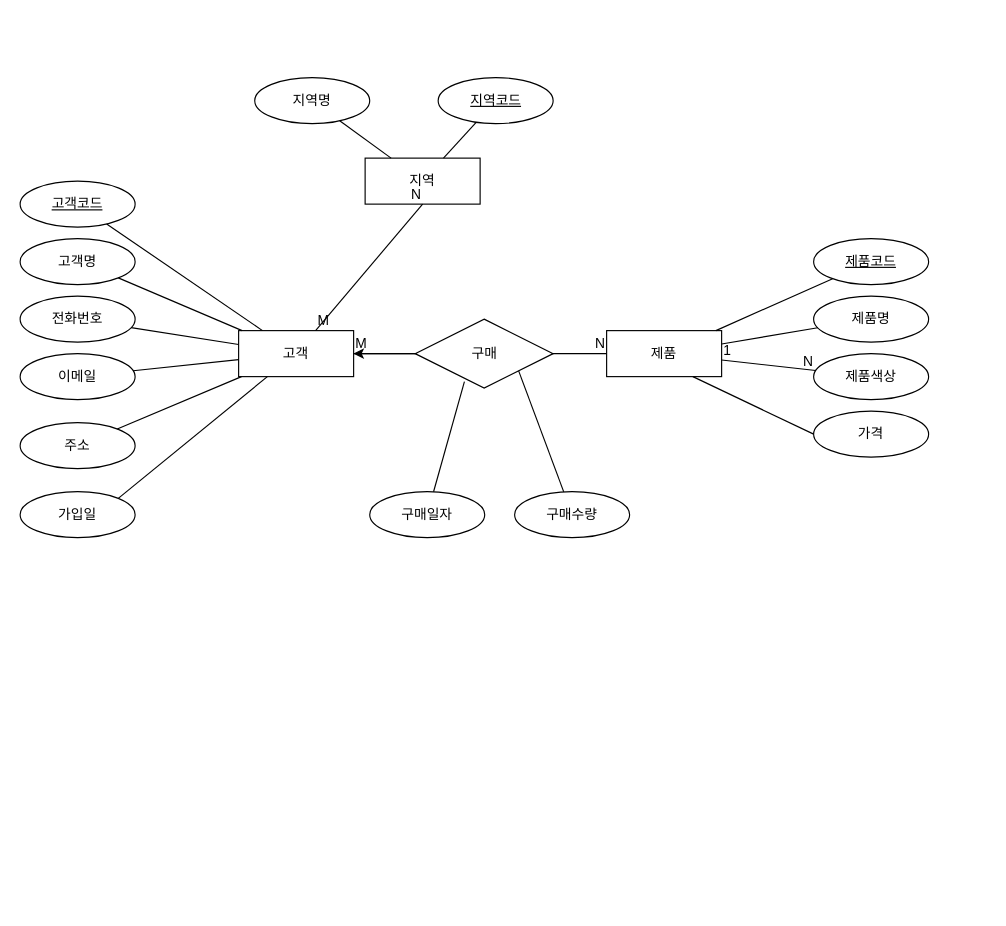
swjjman/oraclesource keeps this draw.io diagram as page "페이지-1" (1 of 2) of 온라인상거래.drawio. Above is the earlier version. Source tidied: cells renumbered, new cells numbered last; positions are measured from the earlier drawing's top-left corner, leaving out a move shared by most shapes. Both pictures are drawn from the tidied source at 115%, with x=0, y=0 at pixel (20, 77).
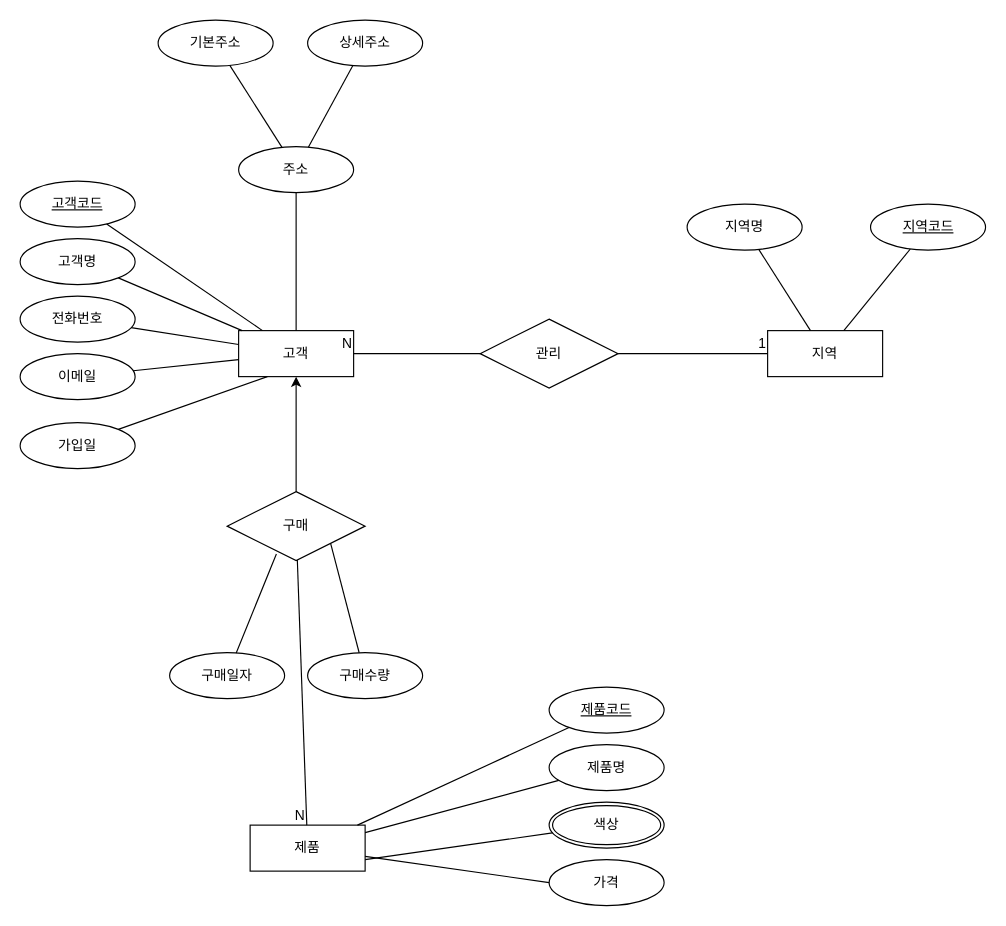
Above is the later version.

Commit message:
온라인상거래.drawio 업데이트

Unchanged cells that the change refers to:
```xml
<mxCell id="2" value="고객" style="whiteSpace=wrap;html=1;align=center;" parent="1" vertex="1">
  <mxGeometry x="190" y="220" width="100" height="40" as="geometry" />
</mxCell>
```

Change to the diagram source:
```diff
@@
     <mxCell id="3" value="제품" style="whiteSpace=wrap;html=1;align=center;" parent="1" vertex="1">
-      <mxGeometry x="510" y="220" width="100" height="40" as="geometry" />
+      <mxGeometry x="200" y="650" width="100" height="40" as="geometry" />
     </mxCell>
@@
     <mxCell id="7" value="주소" style="ellipse;whiteSpace=wrap;html=1;align=center;" parent="1" vertex="1">
-      <mxGeometry y="300" width="100" height="40" as="geometry" />
+      <mxGeometry x="190" y="60" width="100" height="40" as="geometry" />
     </mxCell>
@@
     <mxCell id="9" value="가입일" style="ellipse;whiteSpace=wrap;html=1;align=center;" parent="1" vertex="1">
-      <mxGeometry y="360" width="100" height="40" as="geometry" />
+      <mxGeometry y="300" width="100" height="40" as="geometry" />
     </mxCell>
     <mxCell id="10" value="가격" style="ellipse;whiteSpace=wrap;html=1;align=center;" parent="1" vertex="1">
-      <mxGeometry x="690" y="290" width="100" height="40" as="geometry" />
+      <mxGeometry x="460" y="680" width="100" height="40" as="geometry" />
     </mxCell>
-    <mxCell id="11" value="제품색상" style="ellipse;whiteSpace=wrap;html=1;align=center;" parent="1" vertex="1">
-      <mxGeometry x="690" y="240" width="100" height="40" as="geometry" />
-    </mxCell>
     <mxCell id="12" value="제품명" style="ellipse;whiteSpace=wrap;html=1;align=center;" parent="1" vertex="1">
-      <mxGeometry x="690" y="190" width="100" height="40" as="geometry" />
+      <mxGeometry x="460" y="580" width="100" height="40" as="geometry" />
     </mxCell>
     <mxCell id="13" value="제품코드" style="ellipse;whiteSpace=wrap;html=1;align=center;fontStyle=4;" parent="1" vertex="1">
-      <mxGeometry x="690" y="140" width="100" height="40" as="geometry" />
+      <mxGeometry x="460" y="530" width="100" height="40" as="geometry" />
     </mxCell>
     <mxCell id="14" value="구매수량" style="ellipse;whiteSpace=wrap;html=1;align=center;" parent="1" vertex="1">
-      <mxGeometry x="430" y="360" width="100" height="40" as="geometry" />
+      <mxGeometry x="250" y="500" width="100" height="40" as="geometry" />
     </mxCell>
     <mxCell id="15" value="구매일자" style="ellipse;whiteSpace=wrap;html=1;align=center;" parent="1" vertex="1">
-      <mxGeometry x="304" y="360" width="100" height="40" as="geometry" />
+      <mxGeometry x="130" y="500" width="100" height="40" as="geometry" />
     </mxCell>
     <mxCell id="16" value="지역명" style="ellipse;whiteSpace=wrap;html=1;align=center;" parent="1" vertex="1">
-      <mxGeometry x="204" width="100" height="40" as="geometry" />
+      <mxGeometry x="580" y="110" width="100" height="40" as="geometry" />
     </mxCell>
     <mxCell id="17" value="지역" style="whiteSpace=wrap;html=1;align=center;" parent="1" vertex="1">
-      <mxGeometry x="300" y="70" width="100" height="40" as="geometry" />
+      <mxGeometry x="650" y="220" width="100" height="40" as="geometry" />
     </mxCell>
-    <mxCell id="18" style="endArrow=none;html=1;rounded=0;exitX=1;exitY=0.5;exitDx=0;exitDy=0;" parent="1" edge="1" source="2" target="3">
+    <mxCell id="18" style="endArrow=none;html=1;rounded=0;" parent="1" edge="1" source="22" target="3">
       <mxGeometry relative="1" as="geometry" />
     </mxCell>
-    <mxCell id="19" value="M" style="html=1;whiteSpace=wrap;align=left;verticalAlign=bottom;" parent="18" vertex="1">
-      <mxGeometry x="-1" relative="1" as="geometry" />
-    </mxCell>
@@
-    <mxCell id="22" value="구매" style="shape=rhombus;perimeter=rhombusPerimeter;whiteSpace=wrap;html=1;align=center;" parent="1" vertex="1">
-      <mxGeometry x="343.5" y="210" width="120" height="60" as="geometry" />
-    </mxCell>
-    <mxCell id="23" style="endArrow=none;html=1;rounded=0;" parent="1" edge="1" source="3" target="11">
-      <mxGeometry relative="1" as="geometry" />
-    </mxCell>
-    <mxCell id="24" value="1" style="html=1;whiteSpace=wrap;align=left;verticalAlign=bottom;" parent="23" vertex="1">
-      <mxGeometry x="-1" relative="1" as="geometry" />
-    </mxCell>
-    <mxCell id="25" value="N" style="html=1;whiteSpace=wrap;align=right;verticalAlign=bottom;" parent="23" vertex="1">
-      <mxGeometry x="1" relative="1" as="geometry" />
-    </mxCell>
-    <mxCell id="26" style="endArrow=none;html=1;rounded=0;entryX=0.5;entryY=1;entryDx=0;entryDy=0;" parent="1" edge="1" source="2" target="17">
-      <mxGeometry relative="1" as="geometry" />
-    </mxCell>
-    <mxCell id="27" value="M" style="html=1;whiteSpace=wrap;align=left;verticalAlign=bottom;" parent="26" vertex="1">
-      <mxGeometry x="-1" relative="1" as="geometry" />
-    </mxCell>
-    <mxCell id="28" value="N" style="html=1;whiteSpace=wrap;align=right;verticalAlign=bottom;" parent="26" vertex="1">
-      <mxGeometry x="1" relative="1" as="geometry" />
-    </mxCell>
@@
-    <mxCell id="36" style="endArrow=none;html=1;rounded=0;entryX=0.75;entryY=1;entryDx=0;entryDy=0;exitX=0;exitY=0.5;exitDx=0;exitDy=0;" parent="1" edge="1" source="10" target="3">
+    <mxCell id="36" style="endArrow=none;html=1;rounded=0;exitX=0;exitY=0.5;exitDx=0;exitDy=0;" parent="1" edge="1" source="10" target="3">
       <mxGeometry relative="1" as="geometry" />
     </mxCell>
@@
     <mxCell id="42" value="지역코드" style="ellipse;whiteSpace=wrap;html=1;align=center;fontStyle=4;" parent="1" vertex="1">
-      <mxGeometry x="363.5" width="100" height="40" as="geometry" />
+      <mxGeometry x="739.5" y="110" width="100" height="40" as="geometry" />
     </mxCell>
+    <mxCell id="22" value="구매" style="shape=rhombus;perimeter=rhombusPerimeter;whiteSpace=wrap;html=1;align=center;" parent="1" vertex="1">
+      <mxGeometry x="180" y="360" width="120" height="60" as="geometry" />
+    </mxCell>
+    <mxCell id="43" value="상세주소" style="ellipse;whiteSpace=wrap;html=1;align=center;" parent="1" vertex="1">
+      <mxGeometry x="250" y="-50" width="100" height="40" as="geometry" />
+    </mxCell>
+    <mxCell id="44" value="기본주소" style="ellipse;whiteSpace=wrap;html=1;align=center;" parent="1" vertex="1">
+      <mxGeometry x="120" y="-50" width="100" height="40" as="geometry" />
+    </mxCell>
+    <mxCell id="45" style="endArrow=none;html=1;rounded=0;" parent="1" edge="1" source="7" target="44">
+      <mxGeometry relative="1" as="geometry" />
+    </mxCell>
+    <mxCell id="46" style="endArrow=none;html=1;rounded=0;" parent="1" edge="1" source="7" target="43">
+      <mxGeometry relative="1" as="geometry" />
+    </mxCell>
+    <mxCell id="47" value="색상" style="ellipse;shape=doubleEllipse;margin=3;whiteSpace=wrap;html=1;align=center;" parent="1" vertex="1">
+      <mxGeometry x="460" y="630" width="100" height="40" as="geometry" />
+    </mxCell>
+    <mxCell id="48" value="관리" style="shape=rhombus;perimeter=rhombusPerimeter;whiteSpace=wrap;html=1;align=center;" parent="1" vertex="1">
+      <mxGeometry x="400" y="210" width="120" height="60" as="geometry" />
+    </mxCell>
+    <mxCell id="49" style="endArrow=none;html=1;rounded=0;" parent="1" edge="1" source="48" target="2">
+      <mxGeometry relative="1" as="geometry" />
+    </mxCell>
+    <mxCell id="50" value="N" style="html=1;whiteSpace=wrap;align=right;verticalAlign=bottom;" parent="49" vertex="1">
+      <mxGeometry x="1" relative="1" as="geometry" />
+    </mxCell>
+    <mxCell id="51" style="endArrow=none;html=1;rounded=0;" parent="1" edge="1" source="48" target="17">
+      <mxGeometry relative="1" as="geometry" />
+    </mxCell>
+    <mxCell id="24" value="1" style="html=1;whiteSpace=wrap;align=right;verticalAlign=bottom;" parent="51" vertex="1">
+      <mxGeometry x="1" relative="1" as="geometry" />
+    </mxCell>
+    <mxCell id="52" style="endArrow=none;html=1;rounded=0;entryX=1;entryY=0.75;entryDx=0;entryDy=0;" parent="1" edge="1" source="47" target="3">
+      <mxGeometry relative="1" as="geometry" />
+    </mxCell>
```
